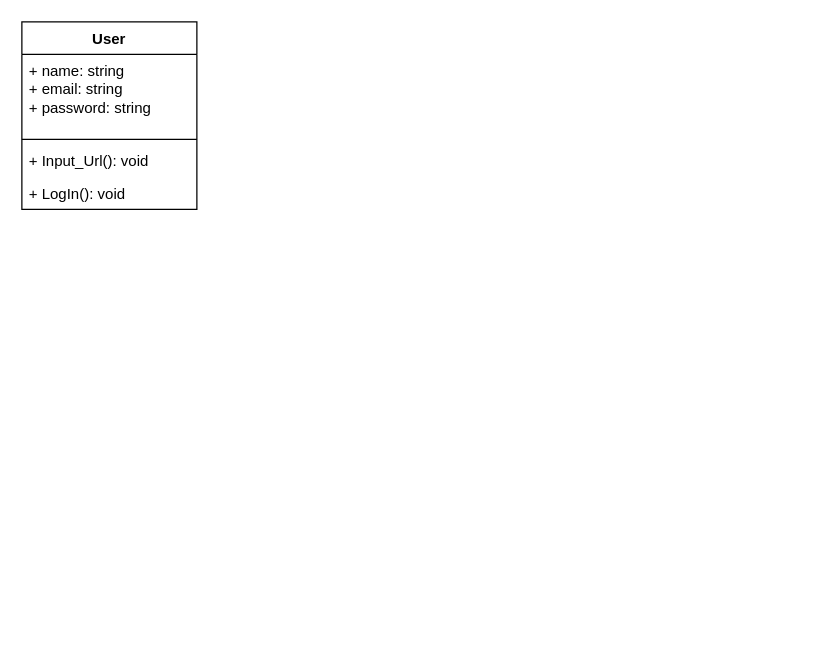
Above: roughClass.drawio in adeelfeb/fyp (draw.io), before the change. Source tidied: cells renumbered, new cells numbered last; positions are measured from the earlier drawing's top-left corner, leaving out a move shared by most shapes. Both pictures are drawn from the tidied source at 125%, with x=0, y=0 at pixel (21, 21).
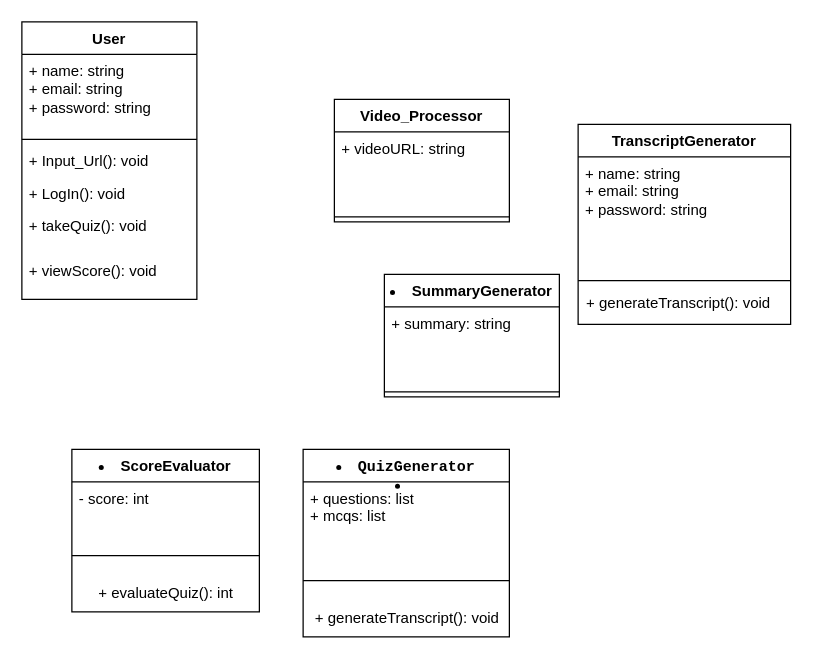
The same page after the edit.

The edit, as a diff of the source:
```diff
@@
     <mxCell id="2" value="User" style="swimlane;fontStyle=1;align=center;verticalAlign=top;horizontal=1;startSize=26;whiteSpace=wrap;html=1;" parent="1" vertex="1">
-      <mxGeometry width="140" height="150" as="geometry" />
+      <mxGeometry width="140" height="222" as="geometry" />
     </mxCell>
@@
-    <mxCell id="6" value="+ LogIn(): void" style="text;strokeColor=none;fillColor=none;align=left;verticalAlign=top;spacingLeft=4;spacingRight=4;overflow=hidden;whiteSpace=wrap;html=1;" parent="2" vertex="1">
+    <mxCell id="6" value="+ LogIn(): void&lt;div&gt;&lt;br&gt;&lt;/div&gt;" style="text;strokeColor=none;fillColor=none;align=left;verticalAlign=top;spacingLeft=4;spacingRight=4;overflow=hidden;whiteSpace=wrap;html=1;" parent="2" vertex="1">
       <mxGeometry y="124" width="140" height="26" as="geometry" />
     </mxCell>
+    <mxCell id="7" value="&lt;div&gt;+&amp;nbsp;takeQuiz(): void&lt;br&gt;&lt;/div&gt;" style="text;strokeColor=none;fillColor=none;align=left;verticalAlign=top;spacingLeft=4;spacingRight=4;overflow=hidden;whiteSpace=wrap;html=1;" parent="2" vertex="1">
+      <mxGeometry y="150" width="140" height="36" as="geometry" />
+    </mxCell>
+    <mxCell id="8" value="&lt;div&gt;+ viewScore(): void&lt;br&gt;&lt;/div&gt;" style="text;strokeColor=none;fillColor=none;align=left;verticalAlign=top;spacingLeft=4;spacingRight=4;overflow=hidden;whiteSpace=wrap;html=1;" parent="2" vertex="1">
+      <mxGeometry y="186" width="140" height="36" as="geometry" />
+    </mxCell>
+    <mxCell id="9" value="Video_Processor" style="swimlane;fontStyle=1;align=center;verticalAlign=top;horizontal=1;startSize=26;whiteSpace=wrap;html=1;" parent="1" vertex="1">
+      <mxGeometry x="250" y="62" width="140" height="98" as="geometry" />
+    </mxCell>
+    <mxCell id="10" value="+&amp;nbsp;videoURL: string" style="text;strokeColor=none;fillColor=none;align=left;verticalAlign=top;spacingLeft=4;spacingRight=4;overflow=hidden;whiteSpace=wrap;html=1;" parent="9" vertex="1">
+      <mxGeometry y="26" width="140" height="64" as="geometry" />
+    </mxCell>
+    <mxCell id="11" style="line;strokeWidth=1;fillColor=none;align=left;verticalAlign=middle;spacingTop=-1;spacingLeft=3;spacingRight=3;labelPosition=right;strokeColor=inherit;" parent="9" vertex="1">
+      <mxGeometry y="90" width="140" height="8" as="geometry" />
+    </mxCell>
+    <mxCell id="12" value="&lt;li&gt;&lt;code&gt;QuizGenerator&lt;/code&gt;&lt;/li&gt;&lt;li&gt;&lt;/li&gt;" style="swimlane;fontStyle=1;align=center;verticalAlign=top;horizontal=1;startSize=26;whiteSpace=wrap;html=1;" parent="1" vertex="1">
+      <mxGeometry x="225" y="342" width="165" height="150" as="geometry" />
+    </mxCell>
+    <mxCell id="13" value="+ questions: list&lt;div&gt;+ mcqs: list&lt;br&gt;&lt;div&gt;&lt;br&gt;&lt;/div&gt;&lt;/div&gt;" style="text;strokeColor=none;fillColor=none;align=left;verticalAlign=top;spacingLeft=4;spacingRight=4;overflow=hidden;whiteSpace=wrap;html=1;" parent="12" vertex="1">
+      <mxGeometry y="26" width="165" height="64" as="geometry" />
+    </mxCell>
+    <mxCell id="14" style="line;strokeWidth=1;fillColor=none;align=left;verticalAlign=middle;spacingTop=-1;spacingLeft=3;spacingRight=3;labelPosition=right;strokeColor=inherit;" parent="12" vertex="1">
+      <mxGeometry y="90" width="165" height="30" as="geometry" />
+    </mxCell>
+    <mxCell id="15" value="+ generateTranscript(): void" style="text;html=1;align=center;verticalAlign=middle;strokeColor=none;fillColor=none;" parent="12" vertex="1">
+      <mxGeometry y="120" width="165" height="30" as="geometry" />
+    </mxCell>
+    <mxCell id="16" value="&lt;li&gt;SummaryGenerator&lt;br&gt;&lt;/li&gt;" style="swimlane;fontStyle=1;align=center;verticalAlign=top;horizontal=1;startSize=26;whiteSpace=wrap;html=1;" parent="1" vertex="1">
+      <mxGeometry x="290" y="202" width="140" height="98" as="geometry" />
+    </mxCell>
+    <mxCell id="17" value="&lt;div&gt;&lt;div&gt;+ summary: string&lt;/div&gt;&lt;/div&gt;" style="text;strokeColor=none;fillColor=none;align=left;verticalAlign=top;spacingLeft=4;spacingRight=4;overflow=hidden;whiteSpace=wrap;html=1;" parent="16" vertex="1">
+      <mxGeometry y="26" width="140" height="64" as="geometry" />
+    </mxCell>
+    <mxCell id="18" style="line;strokeWidth=1;fillColor=none;align=left;verticalAlign=middle;spacingTop=-1;spacingLeft=3;spacingRight=3;labelPosition=right;strokeColor=inherit;" parent="16" vertex="1">
+      <mxGeometry y="90" width="140" height="8" as="geometry" />
+    </mxCell>
+    <mxCell id="19" value="&lt;li&gt;ScoreEvaluator&lt;br&gt;&lt;/li&gt;" style="swimlane;fontStyle=1;align=center;verticalAlign=top;horizontal=1;startSize=26;whiteSpace=wrap;html=1;" parent="1" vertex="1">
+      <mxGeometry x="40" y="342" width="150" height="130" as="geometry" />
+    </mxCell>
+    <mxCell id="20" value="&lt;div&gt;&lt;div&gt;-&amp;nbsp;score: int&lt;/div&gt;&lt;/div&gt;" style="text;strokeColor=none;fillColor=none;align=left;verticalAlign=top;spacingLeft=4;spacingRight=4;overflow=hidden;whiteSpace=wrap;html=1;" parent="19" vertex="1">
+      <mxGeometry y="26" width="150" height="44" as="geometry" />
+    </mxCell>
+    <mxCell id="21" style="line;strokeWidth=1;fillColor=none;align=left;verticalAlign=middle;spacingTop=-1;spacingLeft=3;spacingRight=3;labelPosition=right;strokeColor=inherit;" parent="19" vertex="1">
+      <mxGeometry y="70" width="150" height="30" as="geometry" />
+    </mxCell>
+    <mxCell id="22" value="+&amp;nbsp;evaluateQuiz(): int" style="text;html=1;align=center;verticalAlign=middle;strokeColor=none;fillColor=none;" parent="19" vertex="1">
+      <mxGeometry y="100" width="150" height="30" as="geometry" />
+    </mxCell>
+    <mxCell id="23" style="group;" parent="1" vertex="1">
+      <mxGeometry x="440" y="82" width="175" height="160" as="geometry" />
+    </mxCell>
+    <mxCell id="24" value="TranscriptGenerator" style="swimlane;fontStyle=1;align=center;verticalAlign=top;horizontal=1;startSize=26;whiteSpace=wrap;html=1;" parent="23" vertex="1">
+      <mxGeometry x="5" width="170" height="160" as="geometry" />
+    </mxCell>
+    <mxCell id="25" value="+ name: string&lt;div&gt;&lt;div&gt;+ email: string&lt;/div&gt;&lt;div&gt;+ password: string&lt;br&gt;&lt;/div&gt;&lt;/div&gt;" style="text;strokeColor=none;fillColor=none;align=left;verticalAlign=top;spacingLeft=4;spacingRight=4;overflow=hidden;whiteSpace=wrap;html=1;" parent="24" vertex="1">
+      <mxGeometry y="26" width="170" height="64" as="geometry" />
+    </mxCell>
+    <mxCell id="26" style="line;strokeWidth=1;fillColor=none;align=left;verticalAlign=middle;spacingTop=-1;spacingLeft=3;spacingRight=3;labelPosition=right;strokeColor=inherit;" parent="24" vertex="1">
+      <mxGeometry y="90" width="170" height="70" as="geometry" />
+    </mxCell>
+    <mxCell id="27" value="+ generateTranscript(): void" style="text;html=1;align=center;verticalAlign=middle;strokeColor=none;fillColor=none;" parent="23" vertex="1">
+      <mxGeometry y="128" width="170" height="30" as="geometry" />
+    </mxCell>
```
